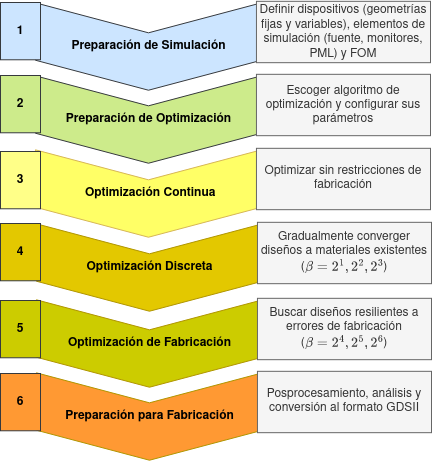
This is image/proposal/pipeline.png from TISparta/bachelor-tesis, a draw.io export, as it was before one commit. Source tidied: cells renumbered, new cells last; positions are measured from the earlier drawing's top-left corner, leaving out a move shared by most shapes.
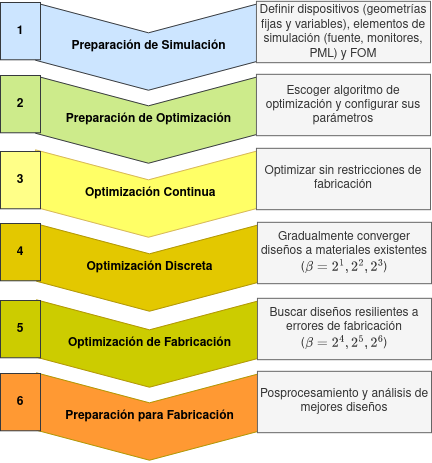
The same file after the commit.

The edit, as a diff of the source:
```diff
@@ -53,7 +53,7 @@
     <mxCell id="18" value="&lt;b&gt;Preparación para Fabricación&lt;/b&gt;" style="html=1;shadow=0;dashed=0;align=center;verticalAlign=middle;shape=mxgraph.arrows2.arrow;dy=0;dx=30;notch=30;rotation=90;sketch=0;horizontal=0;fillColor=#FF9933;strokeColor=#B09500;fontColor=#000000;" parent="17" vertex="1">
       <mxGeometry x="64.3" y="-67.3" width="87.4" height="226.1" as="geometry" />
     </mxCell>
-    <mxCell id="19" value="&lt;div&gt;Posprocesamiento, análisis y&lt;br&gt;&lt;/div&gt;&lt;div&gt;conversión al formato GDSII&lt;/div&gt;" style="whiteSpace=wrap;html=1;shadow=0;dashed=0;sketch=0;fillColor=#f5f5f5;fontColor=#333333;strokeColor=#666666;" parent="17" vertex="1">
+    <mxCell id="19" value="&lt;div&gt;Posprocesamiento y análisis de&lt;/div&gt;&lt;div&gt;mejores diseños&lt;br&gt;&lt;/div&gt;" style="whiteSpace=wrap;html=1;shadow=0;dashed=0;sketch=0;fillColor=#f5f5f5;fontColor=#333333;strokeColor=#666666;" parent="17" vertex="1">
       <mxGeometry x="216" y="0.5" width="174" height="61.4" as="geometry" />
     </mxCell>
     <mxCell id="20" value="1" style="rounded=0;whiteSpace=wrap;html=1;labelBackgroundColor=none;fillColor=#cce5ff;strokeColor=#36393d;fontColor=#000000;fontStyle=1;" parent="1" vertex="1">
```
